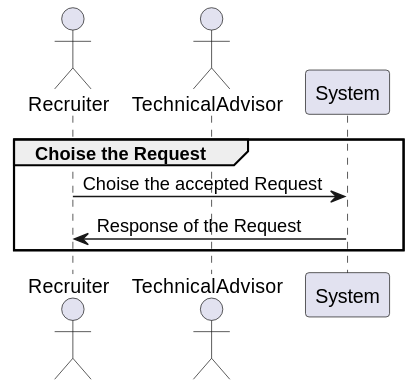
This is documents/out/3-sequance/8-sequance_diagram_choise_accepted_request/8-sequance_diagram_choise_accepted_request.svg from iBoukhenna/interview-managment-system, a PlantUML export, as it was before one commit. Source of this version:
```plantuml
@startuml
actor Recruiter
actor TechnicalAdvisor
participant System

group Choise the Request
    Recruiter -> System: Choise the accepted Request
    System -> Recruiter: Response of the Request
end ref

@enduml
```
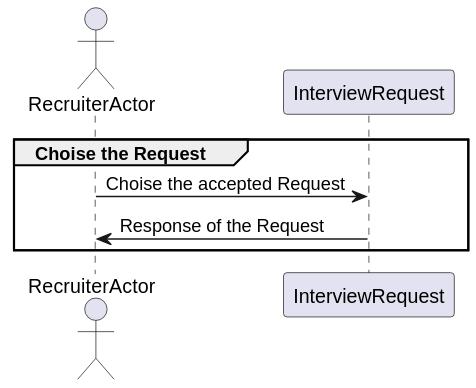
The same diagram one commit later.

What changed in the source:
```diff
@@ -1,11 +1,10 @@
 @startuml
-actor Recruiter
-actor TechnicalAdvisor
-participant System
+actor RecruiterActor
+participant InterviewRequest
 
 group Choise the Request
-    Recruiter -> System: Choise the accepted Request
-    System -> Recruiter: Response of the Request
+    RecruiterActor -> InterviewRequest: Choise the accepted Request
+    InterviewRequest -> RecruiterActor: Response of the Request
 end ref
 
 @enduml
```
